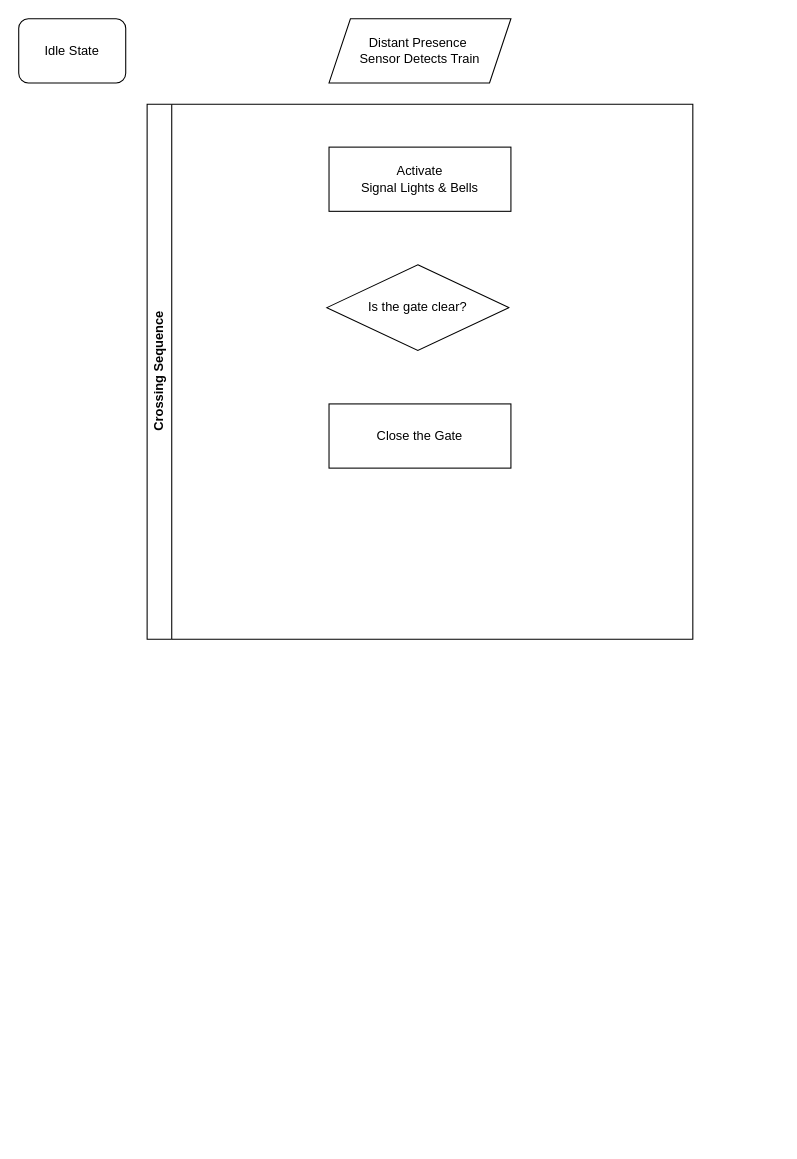
Above: 2_Plan/railway_crossing_logic_flow_01.drawio in KyleKirkpatrick/railway_level_crossing_logic (draw.io), before the change. Source tidied: cells renumbered, new cells numbered last; positions are measured from the earlier drawing's top-left corner, leaving out a move shared by most shapes. Both pictures are drawn from the tidied source at 107%, with x=0, y=0 at pixel (18, 18).
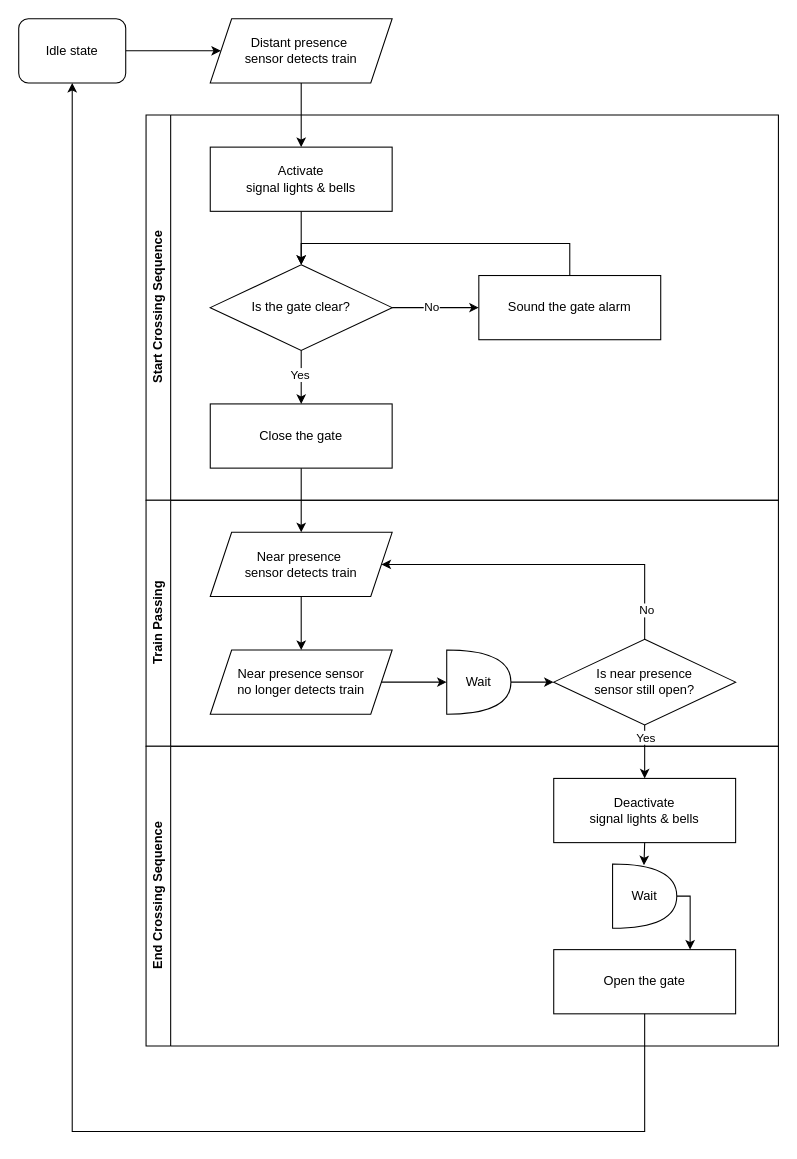
The same page after the edit.

Diff of the diagram source:
```diff
@@
+    <mxCell id="8" style="edgeStyle=orthogonalEdgeStyle;rounded=0;jettySize=auto;html=1;exitX=1;exitY=0.5;exitDx=0;exitDy=0;entryX=0;entryY=0.5;entryDx=0;entryDy=0;" parent="1" edge="1" source="2" target="3">
+      <mxGeometry relative="1" as="geometry" />
+    </mxCell>
-    <mxCell id="2" value="&lt;div&gt;Idle State&lt;/div&gt;" style="rounded=1;whiteSpace=wrap;html=1;" parent="1" vertex="1">
+    <mxCell id="2" value="&lt;div&gt;Idle state&lt;/div&gt;" style="rounded=1;whiteSpace=wrap;html=1;" parent="1" vertex="1">
       <mxGeometry width="100" height="60" as="geometry" />
     </mxCell>
+    <mxCell id="9" style="edgeStyle=orthogonalEdgeStyle;rounded=0;jettySize=auto;html=1;exitX=0.5;exitY=1;exitDx=0;exitDy=0;entryX=0.5;entryY=0;entryDx=0;entryDy=0;" parent="1" edge="1" source="3" target="5">
+      <mxGeometry relative="1" as="geometry" />
+    </mxCell>
-    <mxCell id="3" value="Distant Presence&amp;nbsp;&lt;br&gt;Sensor Detects Train" style="shape=parallelogram;perimeter=parallelogramPerimeter;whiteSpace=wrap;html=1;fixedSize=1;" parent="1" vertex="1">
-      <mxGeometry x="290" width="170" height="60" as="geometry" />
+    <mxCell id="3" value="Distant presence&amp;nbsp;&lt;br&gt;sensor detects train" style="shape=parallelogram;perimeter=parallelogramPerimeter;whiteSpace=wrap;html=1;fixedSize=1;" parent="1" vertex="1">
+      <mxGeometry x="179" width="170" height="60" as="geometry" />
     </mxCell>
-    <mxCell id="4" value="Crossing Sequence" style="swimlane;horizontal=0;whiteSpace=wrap;html=1;" parent="1" vertex="1">
-      <mxGeometry x="120" y="80" width="510" height="500" as="geometry" />
+    <mxCell id="4" value="&lt;div&gt;Start&amp;nbsp;Crossing Sequence&lt;/div&gt;" style="swimlane;horizontal=0;whiteSpace=wrap;html=1;" parent="1" vertex="1">
+      <mxGeometry x="119" y="90" width="591" height="360" as="geometry" />
     </mxCell>
+    <mxCell id="10" style="edgeStyle=orthogonalEdgeStyle;rounded=0;jettySize=auto;html=1;exitX=0.5;exitY=1;exitDx=0;exitDy=0;entryX=0.5;entryY=0;entryDx=0;entryDy=0;" parent="4" edge="1" source="5" target="6">
+      <mxGeometry relative="1" as="geometry" />
+    </mxCell>
-    <mxCell id="5" value="&lt;div&gt;Activate&lt;/div&gt;&lt;div&gt;Signal Lights &amp;amp; Bells&lt;/div&gt;" style="rounded=0;whiteSpace=wrap;html=1;" parent="4" vertex="1">
-      <mxGeometry x="170" y="40" width="170" height="60" as="geometry" />
+    <mxCell id="5" value="&lt;div&gt;Activate&lt;/div&gt;&lt;div&gt;signal lights &amp;amp; bells&lt;/div&gt;" style="rounded=0;whiteSpace=wrap;html=1;" parent="4" vertex="1">
+      <mxGeometry x="60" y="30" width="170" height="60" as="geometry" />
     </mxCell>
     <mxCell id="6" value="Is the gate clear?" style="rhombus;whiteSpace=wrap;html=1;" parent="4" vertex="1">
-      <mxGeometry x="168" y="150" width="170" height="80" as="geometry" />
+      <mxGeometry x="60" y="140" width="170" height="80" as="geometry" />
     </mxCell>
-    <mxCell id="7" value="Close the Gate" style="rounded=0;whiteSpace=wrap;html=1;" parent="4" vertex="1">
-      <mxGeometry x="170" y="280" width="170" height="60" as="geometry" />
+    <mxCell id="7" value="Close the gate" style="rounded=0;whiteSpace=wrap;html=1;" parent="4" vertex="1">
+      <mxGeometry x="60" y="270" width="170" height="60" as="geometry" />
     </mxCell>
+    <mxCell id="11" style="endArrow=classic;html=1;rounded=0;exitX=0.5;exitY=1;exitDx=0;exitDy=0;entryX=0.5;entryY=0;entryDx=0;entryDy=0;" parent="4" edge="1" source="6" target="7">
+      <mxGeometry relative="1" as="geometry" />
+    </mxCell>
+    <mxCell id="12" value="&lt;div&gt;Yes&lt;/div&gt;" style="edgeLabel;html=1;align=center;verticalAlign=middle;" parent="11" vertex="1">
+      <mxGeometry x="-0.13" y="-2" relative="1" as="geometry" />
+    </mxCell>
+    <mxCell id="13" style="edgeStyle=orthogonalEdgeStyle;rounded=0;jettySize=auto;html=1;exitX=0.5;exitY=0;exitDx=0;exitDy=0;entryX=0.5;entryY=0;entryDx=0;entryDy=0;" parent="4" edge="1" source="14" target="6">
+      <mxGeometry relative="1" as="geometry">
+        <Array as="points">
+          <mxPoint x="396" y="120" />
+          <mxPoint x="145" y="120" />
+        </Array>
+      </mxGeometry>
+    </mxCell>
+    <mxCell id="14" value="Sound the gate alarm" style="rounded=0;whiteSpace=wrap;html=1;" parent="4" vertex="1">
+      <mxGeometry x="311" y="150" width="170" height="60" as="geometry" />
+    </mxCell>
+    <mxCell id="15" style="endArrow=classic;html=1;rounded=0;exitX=1;exitY=0.5;exitDx=0;exitDy=0;entryX=0;entryY=0.5;entryDx=0;entryDy=0;" parent="4" edge="1" source="6" target="14">
+      <mxGeometry relative="1" as="geometry" />
+    </mxCell>
+    <mxCell id="16" value="&lt;div&gt;No&lt;/div&gt;" style="edgeLabel;html=1;align=center;verticalAlign=middle;" parent="15" vertex="1">
+      <mxGeometry x="-0.11" y="1" relative="1" as="geometry" />
+    </mxCell>
+    <mxCell id="17" value="Train Passing" style="swimlane;horizontal=0;whiteSpace=wrap;html=1;" parent="1" vertex="1">
+      <mxGeometry x="119" y="450" width="591" height="230" as="geometry" />
+    </mxCell>
+    <mxCell id="18" style="edgeStyle=orthogonalEdgeStyle;rounded=0;jettySize=auto;html=1;exitX=0.5;exitY=1;exitDx=0;exitDy=0;entryX=0.5;entryY=0;entryDx=0;entryDy=0;" parent="17" edge="1" source="19" target="20">
+      <mxGeometry relative="1" as="geometry" />
+    </mxCell>
+    <mxCell id="19" value="Near presence&amp;nbsp;&lt;br&gt;sensor detects train" style="shape=parallelogram;perimeter=parallelogramPerimeter;whiteSpace=wrap;html=1;fixedSize=1;" parent="17" vertex="1">
+      <mxGeometry x="60" y="30" width="170" height="60" as="geometry" />
+    </mxCell>
+    <mxCell id="20" value="&lt;div&gt;Near presence sensor&lt;/div&gt;&lt;div&gt;no longer detects train&lt;/div&gt;" style="shape=parallelogram;perimeter=parallelogramPerimeter;whiteSpace=wrap;html=1;fixedSize=1;" parent="17" vertex="1">
+      <mxGeometry x="60" y="140" width="170" height="60" as="geometry" />
+    </mxCell>
+    <mxCell id="21" style="edgeStyle=orthogonalEdgeStyle;rounded=0;jettySize=auto;html=1;exitX=1;exitY=0.5;exitDx=0;exitDy=0;exitPerimeter=0;entryX=0;entryY=0.5;entryDx=0;entryDy=0;" parent="17" edge="1" source="22" target="26">
+      <mxGeometry relative="1" as="geometry" />
+    </mxCell>
+    <mxCell id="22" value="Wait" style="shape=or;whiteSpace=wrap;html=1;" parent="17" vertex="1">
+      <mxGeometry x="281" y="140" width="60" height="60" as="geometry" />
+    </mxCell>
+    <mxCell id="23" style="edgeStyle=orthogonalEdgeStyle;rounded=0;jettySize=auto;html=1;exitX=1;exitY=0.5;exitDx=0;exitDy=0;entryX=0;entryY=0.5;entryDx=0;entryDy=0;entryPerimeter=0;" parent="17" edge="1" source="20" target="22">
+      <mxGeometry relative="1" as="geometry" />
+    </mxCell>
+    <mxCell id="24" style="edgeStyle=orthogonalEdgeStyle;rounded=0;jettySize=auto;html=1;exitX=0.5;exitY=0;exitDx=0;exitDy=0;entryX=1;entryY=0.5;entryDx=0;entryDy=0;" parent="17" edge="1" source="26" target="19">
+      <mxGeometry relative="1" as="geometry">
+        <Array as="points">
+          <mxPoint x="466" y="60" />
+        </Array>
+      </mxGeometry>
+    </mxCell>
+    <mxCell id="25" value="&lt;div&gt;No&lt;/div&gt;" style="edgeLabel;html=1;align=center;verticalAlign=middle;" parent="24" vertex="1">
+      <mxGeometry x="-0.82" y="-1" relative="1" as="geometry" />
+    </mxCell>
+    <mxCell id="26" value="&lt;div&gt;Is near presence&lt;/div&gt;&lt;div&gt;sensor still open?&lt;/div&gt;" style="rhombus;whiteSpace=wrap;html=1;" parent="17" vertex="1">
+      <mxGeometry x="381" y="130" width="170" height="80" as="geometry" />
+    </mxCell>
+    <mxCell id="27" style="endArrow=classic;html=1;rounded=0;exitX=0.5;exitY=1;exitDx=0;exitDy=0;entryX=0.5;entryY=0;entryDx=0;entryDy=0;" parent="1" edge="1" source="7" target="19">
+      <mxGeometry relative="1" as="geometry" />
+    </mxCell>
+    <mxCell id="28" value="&lt;div&gt;End Crossing Sequence&lt;/div&gt;" style="swimlane;horizontal=0;whiteSpace=wrap;html=1;" parent="1" vertex="1">
+      <mxGeometry x="119" y="680" width="591" height="280" as="geometry" />
+    </mxCell>
+    <mxCell id="29" value="&lt;div&gt;Deactivate&lt;/div&gt;&lt;div&gt;signal lights &amp;amp; bells&lt;/div&gt;" style="rounded=0;whiteSpace=wrap;html=1;" parent="28" vertex="1">
+      <mxGeometry x="381" y="30" width="170" height="60" as="geometry" />
+    </mxCell>
+    <mxCell id="30" value="Open the gate" style="rounded=0;whiteSpace=wrap;html=1;" parent="28" vertex="1">
+      <mxGeometry x="381" y="190" width="170" height="60" as="geometry" />
+    </mxCell>
+    <mxCell id="31" style="edgeStyle=orthogonalEdgeStyle;rounded=0;jettySize=auto;html=1;exitX=1;exitY=0.5;exitDx=0;exitDy=0;exitPerimeter=0;entryX=0.75;entryY=0;entryDx=0;entryDy=0;" parent="28" edge="1" source="32" target="30">
+      <mxGeometry relative="1" as="geometry">
+        <Array as="points">
+          <mxPoint x="509" y="140" />
+        </Array>
+      </mxGeometry>
+    </mxCell>
+    <mxCell id="32" value="Wait" style="shape=or;whiteSpace=wrap;html=1;" parent="28" vertex="1">
+      <mxGeometry x="436" y="110" width="60" height="60" as="geometry" />
+    </mxCell>
+    <mxCell id="33" style="edgeStyle=orthogonalEdgeStyle;rounded=0;jettySize=auto;html=1;exitX=0.5;exitY=1;exitDx=0;exitDy=0;entryX=0.489;entryY=0.018;entryDx=0;entryDy=0;entryPerimeter=0;" parent="28" edge="1" source="29" target="32">
+      <mxGeometry relative="1" as="geometry" />
+    </mxCell>
+    <mxCell id="34" style="edgeStyle=orthogonalEdgeStyle;rounded=0;jettySize=auto;html=1;exitX=0.5;exitY=1;exitDx=0;exitDy=0;entryX=0.5;entryY=0;entryDx=0;entryDy=0;" parent="1" edge="1" source="26" target="29">
+      <mxGeometry relative="1" as="geometry" />
+    </mxCell>
+    <mxCell id="35" value="Yes" style="edgeLabel;html=1;align=center;verticalAlign=middle;" parent="34" vertex="1">
+      <mxGeometry x="-0.56" y="-4" relative="1" as="geometry">
+        <mxPoint x="4" as="offset" />
+      </mxGeometry>
+    </mxCell>
+    <mxCell id="36" style="edgeStyle=orthogonalEdgeStyle;rounded=0;jettySize=auto;html=1;exitX=0.5;exitY=1;exitDx=0;exitDy=0;" parent="1" edge="1" source="30" target="2">
+      <mxGeometry relative="1" as="geometry">
+        <Array as="points">
+          <mxPoint x="585" y="1040" />
+          <mxPoint x="50" y="1040" />
+        </Array>
+      </mxGeometry>
+    </mxCell>
```
